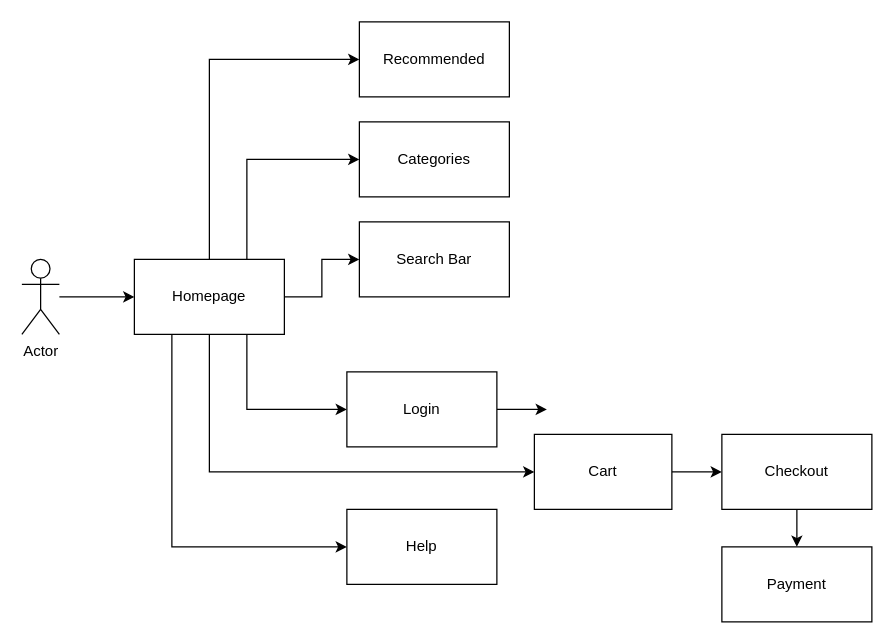
martini-i/Group15Act1 keeps this draw.io diagram as Untitled Diagram.drawio. Above is the earlier version. Source tidied: cells renumbered, new cells numbered last; positions are measured from the earlier drawing's top-left corner, leaving out a move shared by most shapes. Both pictures are drawn from the tidied source at 125%, with x=0, y=0 at pixel (21, 21).
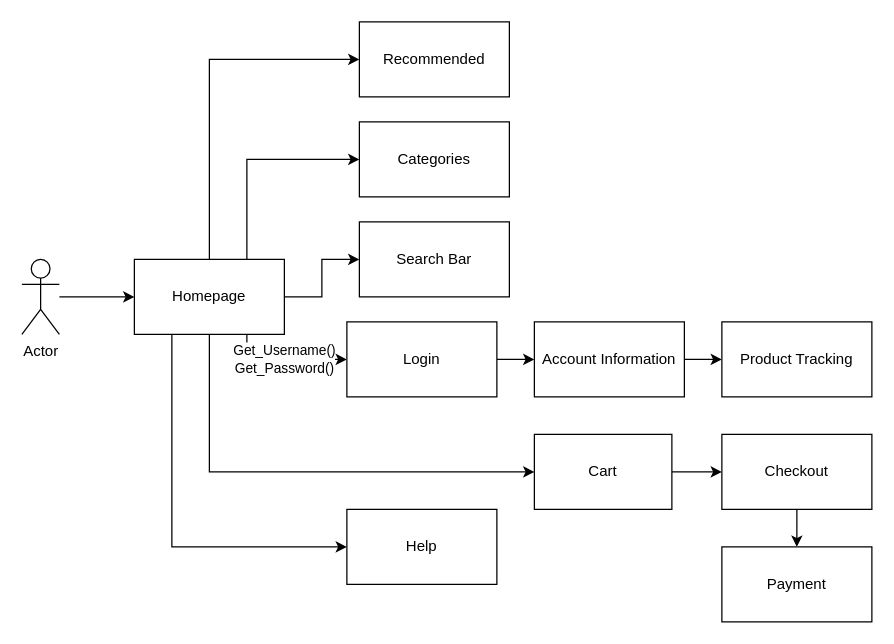
The same diagram, later.

The change refers to these unchanged cells:
```xml
<mxCell id="10" value="Homepage" style="rounded=0;whiteSpace=wrap;html=1;" parent="1" vertex="1">
  <mxGeometry x="90" y="190" width="120" height="60" as="geometry" />
</mxCell>
```

Change to the diagram source:
```diff
@@
-    <mxCell id="5" style="edgeStyle=orthogonalEdgeStyle;rounded=0;jettySize=auto;html=1;exitX=0.75;exitY=1;exitDx=0;exitDy=0;entryX=0;entryY=0.5;entryDx=0;entryDy=0;" parent="1" edge="1" source="10" target="13">
+    <mxCell id="5" value="Get_Username()&lt;div&gt;Get_Password()&lt;/div&gt;" style="edgeStyle=orthogonalEdgeStyle;rounded=0;jettySize=auto;html=1;exitX=0.75;exitY=1;exitDx=0;exitDy=0;entryX=0;entryY=0.5;entryDx=0;entryDy=0;" parent="1" edge="1" source="10" target="13">
       <mxGeometry relative="1" as="geometry" />
     </mxCell>
@@
-    <mxCell id="12" style="edgeStyle=orthogonalEdgeStyle;rounded=0;jettySize=auto;html=1;entryX=0;entryY=0.5;entryDx=0;entryDy=0;" parent="1" edge="1" source="13">
-      <mxGeometry relative="1" as="geometry">
-        <mxPoint x="420" y="310" as="targetPoint" />
-      </mxGeometry>
-    </mxCell>
+    <mxCell id="22" style="edgeStyle=orthogonalEdgeStyle;rounded=0;jettySize=auto;html=1;exitX=1;exitY=0.5;exitDx=0;exitDy=0;entryX=0;entryY=0.5;entryDx=0;entryDy=0;" parent="1" edge="1" source="13" target="24">
+      <mxGeometry relative="1" as="geometry" />
+    </mxCell>
     <mxCell id="13" value="Login" style="rounded=0;whiteSpace=wrap;html=1;" parent="1" vertex="1">
-      <mxGeometry x="260" y="280" width="120" height="60" as="geometry" />
+      <mxGeometry x="260" y="240" width="120" height="60" as="geometry" />
     </mxCell>
@@
+    <mxCell id="23" style="edgeStyle=orthogonalEdgeStyle;rounded=0;jettySize=auto;html=1;exitX=1;exitY=0.5;exitDx=0;exitDy=0;entryX=0;entryY=0.5;entryDx=0;entryDy=0;" parent="1" edge="1" source="24" target="25">
+      <mxGeometry relative="1" as="geometry" />
+    </mxCell>
+    <mxCell id="24" value="Account Information" style="rounded=0;whiteSpace=wrap;html=1;" parent="1" vertex="1">
+      <mxGeometry x="410" y="240" width="120" height="60" as="geometry" />
+    </mxCell>
+    <mxCell id="25" value="Product Tracking" style="rounded=0;whiteSpace=wrap;html=1;" parent="1" vertex="1">
+      <mxGeometry x="560" y="240" width="120" height="60" as="geometry" />
+    </mxCell>
```
